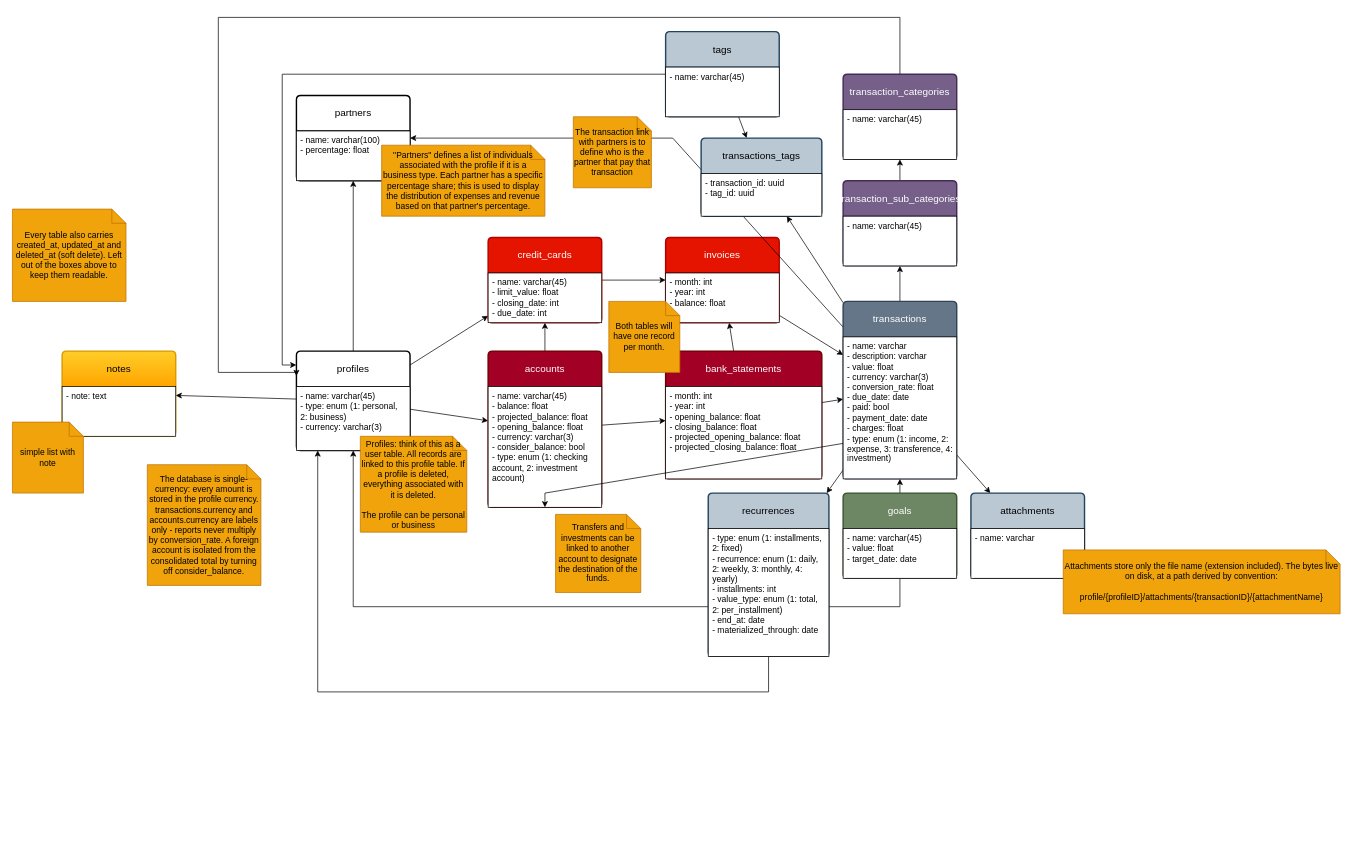
olliveiragusttavo/finance keeps this draw.io diagram as docs/drawio/project.drawio. Above is the earlier version. Source tidied: cells renumbered, new cells numbered last; positions are measured from the earlier drawing's top-left corner, leaving out a move shared by most shapes. Both pictures are drawn from the tidied source at 71%, with x=0, y=0 at pixel (12, 17).
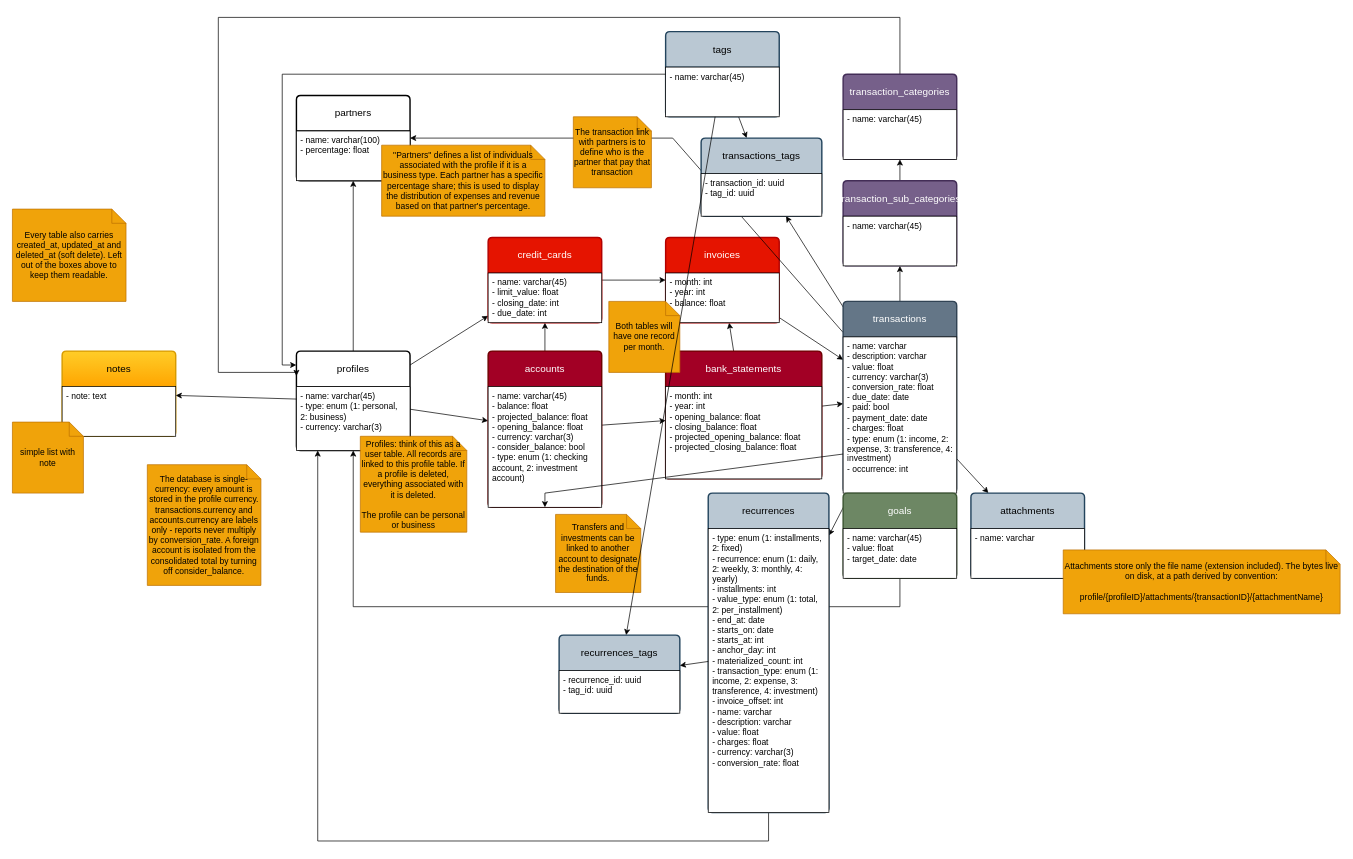
After the change.

Unchanged cells that the change refers to:
```xml
<mxCell id="5" value="profiles" style="swimlane;horizontal=1;startSize=50;rounded=1;fontSize=14;fontStyle=0;strokeWidth=2;shadow=0;dashed=0;align=center;arcSize=4;whiteSpace=wrap;html=1;" parent="1" vertex="1">
  <mxGeometry x="400" y="470" width="160" height="140" as="geometry" />
</mxCell>
<mxCell id="49" value="tags" style="swimlane;horizontal=1;startSize=50;rounded=1;fontSize=14;fontStyle=0;strokeWidth=2;shadow=0;dashed=0;align=center;arcSize=4;whiteSpace=wrap;html=1;fillColor=#bac8d3;strokeColor=#23445d;" parent="1" vertex="1">
  <mxGeometry x="920" y="20" width="160" height="120" as="geometry" />
</mxCell>
```

Diff of the diagram source:
```diff
@@
     <mxCell id="29" value="transactions" style="swimlane;horizontal=1;startSize=50;rounded=1;fontSize=14;fontStyle=0;strokeWidth=2;shadow=0;dashed=0;align=center;arcSize=4;whiteSpace=wrap;html=1;fillColor=#647687;fontColor=#ffffff;strokeColor=#314354;" parent="1" vertex="1">
-      <mxGeometry x="1170" y="400" width="160" height="250" as="geometry" />
+      <mxGeometry x="1170" y="400" width="160" height="270" as="geometry" />
     </mxCell>
-    <mxCell id="30" value="- name: varchar&lt;div&gt;- description: varchar&lt;/div&gt;&lt;div&gt;- value: float&lt;/div&gt;&lt;div&gt;- currency: varchar(3)&lt;/div&gt;&lt;div&gt;- conversion_rate: float&lt;/div&gt;&lt;div&gt;- due_date: date&lt;/div&gt;&lt;div&gt;- paid: bool&lt;/div&gt;&lt;div&gt;- payment_date: date&lt;/div&gt;&lt;div&gt;- charges: float&lt;/div&gt;&lt;div&gt;- type: enum (1: income, 2: expense, 3: transference, 4: investment)&lt;/div&gt;" style="align=left;spacingLeft=4;spacingRight=4;fontSize=12;verticalAlign=top;html=1;whiteSpace=wrap;" parent="29" vertex="1">
-      <mxGeometry y="50" width="160" height="200" as="geometry" />
+    <mxCell id="30" value="- name: varchar&lt;div&gt;- description: varchar&lt;/div&gt;&lt;div&gt;- value: float&lt;/div&gt;&lt;div&gt;- currency: varchar(3)&lt;/div&gt;&lt;div&gt;- conversion_rate: float&lt;/div&gt;&lt;div&gt;- due_date: date&lt;/div&gt;&lt;div&gt;- paid: bool&lt;/div&gt;&lt;div&gt;- payment_date: date&lt;/div&gt;&lt;div&gt;- charges: float&lt;/div&gt;&lt;div&gt;- type: enum (1: income, 2: expense, 3: transference, 4: investment)&lt;/div&gt;&lt;div&gt;- occurrence: int&lt;/div&gt;" style="align=left;spacingLeft=4;spacingRight=4;fontSize=12;verticalAlign=top;html=1;whiteSpace=wrap;" parent="29" vertex="1">
+      <mxGeometry y="50" width="160" height="220" as="geometry" />
     </mxCell>
@@
     <mxCell id="46" style="edgeStyle=orthogonalEdgeStyle;shape=connector;rounded=0;jettySize=auto;html=1;strokeColor=default;align=center;verticalAlign=middle;fontFamily=Helvetica;fontSize=11;fontColor=default;labelBackgroundColor=default;endArrow=classic;" parent="1" edge="1" source="47" target="5">
       <mxGeometry relative="1" as="geometry">
         <Array as="points">
-          <mxPoint x="1065" y="950" />
-          <mxPoint x="430" y="950" />
+          <mxPoint x="1065" y="1160" />
+          <mxPoint x="430" y="1160" />
         </Array>
       </mxGeometry>
     </mxCell>
     <mxCell id="47" value="recurrences" style="swimlane;horizontal=1;startSize=50;rounded=1;fontSize=14;fontStyle=0;strokeWidth=2;shadow=0;dashed=0;align=center;arcSize=4;whiteSpace=wrap;html=1;fillColor=#bac8d3;strokeColor=#23445d;" parent="1" vertex="1">
-      <mxGeometry x="980" y="670" width="170" height="230" as="geometry" />
+      <mxGeometry x="980" y="670" width="170" height="450" as="geometry" />
     </mxCell>
-    <mxCell id="48" value="- type: enum (1: installments, 2: fixed)&lt;div&gt;- recurrence: enum (1: daily, 2: weekly, 3: monthly, 4: yearly)&lt;/div&gt;&lt;div&gt;- installments: int&lt;/div&gt;&lt;div&gt;- value_type: enum (1: total, 2: per_installment)&lt;/div&gt;&lt;div&gt;- end_at: date&lt;/div&gt;&lt;div&gt;- materialized_through: date&lt;/div&gt;" style="align=left;spacingLeft=4;spacingRight=4;fontSize=12;verticalAlign=top;html=1;whiteSpace=wrap;" parent="47" vertex="1">
-      <mxGeometry y="50" width="170" height="180" as="geometry" />
+    <mxCell id="48" value="- type: enum (1: installments, 2: fixed)&lt;div&gt;- recurrence: enum (1: daily, 2: weekly, 3: monthly, 4: yearly)&lt;/div&gt;&lt;div&gt;- installments: int&lt;/div&gt;&lt;div&gt;- value_type: enum (1: total, 2: per_installment)&lt;/div&gt;&lt;div&gt;- end_at: date&lt;/div&gt;&lt;div&gt;- starts_on: date&lt;/div&gt;&lt;div&gt;- starts_at: int&lt;/div&gt;&lt;div&gt;- anchor_day: int&lt;/div&gt;&lt;div&gt;- materialized_count: int&lt;/div&gt;&lt;div&gt;- transaction_type: enum (1: income, 2: expense, 3: transference, 4: investment)&lt;/div&gt;&lt;div&gt;- invoice_offset: int&lt;/div&gt;&lt;div&gt;- name: varchar&lt;/div&gt;&lt;div&gt;- description: varchar&lt;/div&gt;&lt;div&gt;- value: float&lt;/div&gt;&lt;div&gt;- charges: float&lt;/div&gt;&lt;div&gt;- currency: varchar(3)&lt;/div&gt;&lt;div&gt;- conversion_rate: float&lt;/div&gt;" style="align=left;spacingLeft=4;spacingRight=4;fontSize=12;verticalAlign=top;html=1;whiteSpace=wrap;" parent="47" vertex="1">
+      <mxGeometry y="50" width="170" height="400" as="geometry" />
     </mxCell>
@@
+    <mxCell id="64" value="recurrences_tags" style="swimlane;horizontal=1;startSize=50;rounded=1;fontSize=14;fontStyle=0;strokeWidth=2;shadow=0;dashed=0;align=center;arcSize=4;whiteSpace=wrap;html=1;fillColor=#bac8d3;strokeColor=#23445d;" parent="1" vertex="1">
+      <mxGeometry x="770" y="870" width="170" height="110" as="geometry" />
+    </mxCell>
+    <mxCell id="65" value="- recurrence_id: uuid&lt;div&gt;- tag_id: uuid&lt;/div&gt;" style="align=left;spacingLeft=4;spacingRight=4;fontSize=12;verticalAlign=top;html=1;whiteSpace=wrap;" parent="64" vertex="1">
+      <mxGeometry y="50" width="170" height="60" as="geometry" />
+    </mxCell>
+    <mxCell id="66" style="edgeStyle=none;shape=connector;rounded=0;jettySize=auto;html=1;strokeColor=default;align=center;verticalAlign=middle;fontFamily=Helvetica;fontSize=11;fontColor=default;labelBackgroundColor=default;endArrow=classic;" parent="1" edge="1" source="47" target="64">
+      <mxGeometry relative="1" as="geometry" />
+    </mxCell>
+    <mxCell id="67" style="edgeStyle=none;shape=connector;rounded=0;jettySize=auto;html=1;strokeColor=default;align=center;verticalAlign=middle;fontFamily=Helvetica;fontSize=11;fontColor=default;labelBackgroundColor=default;endArrow=classic;" parent="1" edge="1" source="49" target="64">
+      <mxGeometry relative="1" as="geometry" />
+    </mxCell>
```
